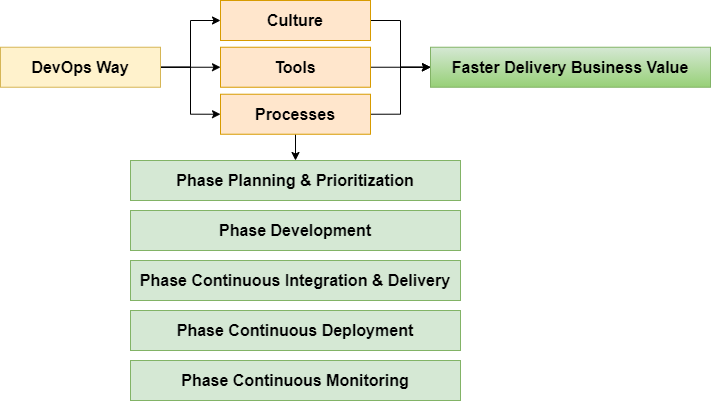
gungunfebrianza/Belajar-Dengan-Jenius-DevOps keeps this draw.io diagram as asset/DevOps-Way2.png. Above is the earlier version. Source tidied: cells renumbered, new cells last; positions are measured from the earlier drawing's top-left corner, leaving out a move shared by most shapes.
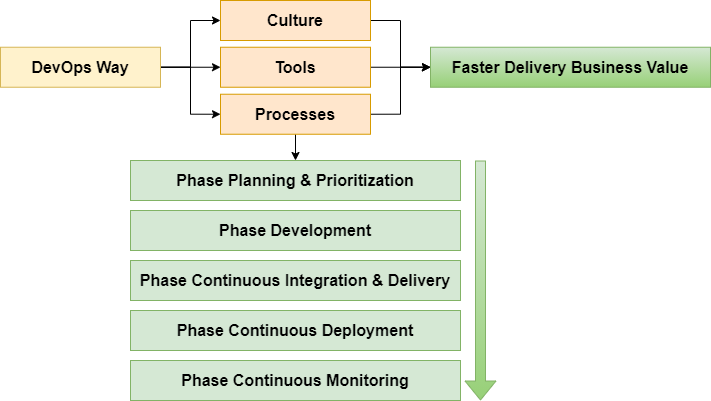
Later version of the same file.

What changed in the source:
```diff
@@ -53,5 +53,11 @@
     <mxCell id="18" value="&lt;font style=&quot;font-size: 16px&quot;&gt;&lt;b&gt;Faster Delivery Business Value&lt;br&gt;&lt;/b&gt;&lt;/font&gt;" style="rounded=0;whiteSpace=wrap;html=1;fillColor=#d5e8d4;strokeColor=#82b366;gradientColor=#97d077;" parent="1" vertex="1">
       <mxGeometry x="430" y="46.7" width="280" height="40" as="geometry" />
     </mxCell>
+    <mxCell id="19" style="shape=flexArrow;endArrow=classic;html=1;strokeWidth=1;fillColor=#d5e8d4;strokeColor=#82b366;gradientColor=#97d077;" parent="1" edge="1">
+      <mxGeometry x="2532.6" y="318.8" as="geometry">
+        <mxPoint x="480" y="160" as="sourcePoint" />
+        <mxPoint x="480" y="400" as="targetPoint" />
+      </mxGeometry>
+    </mxCell>
   </root>
 </mxGraphModel>
```
